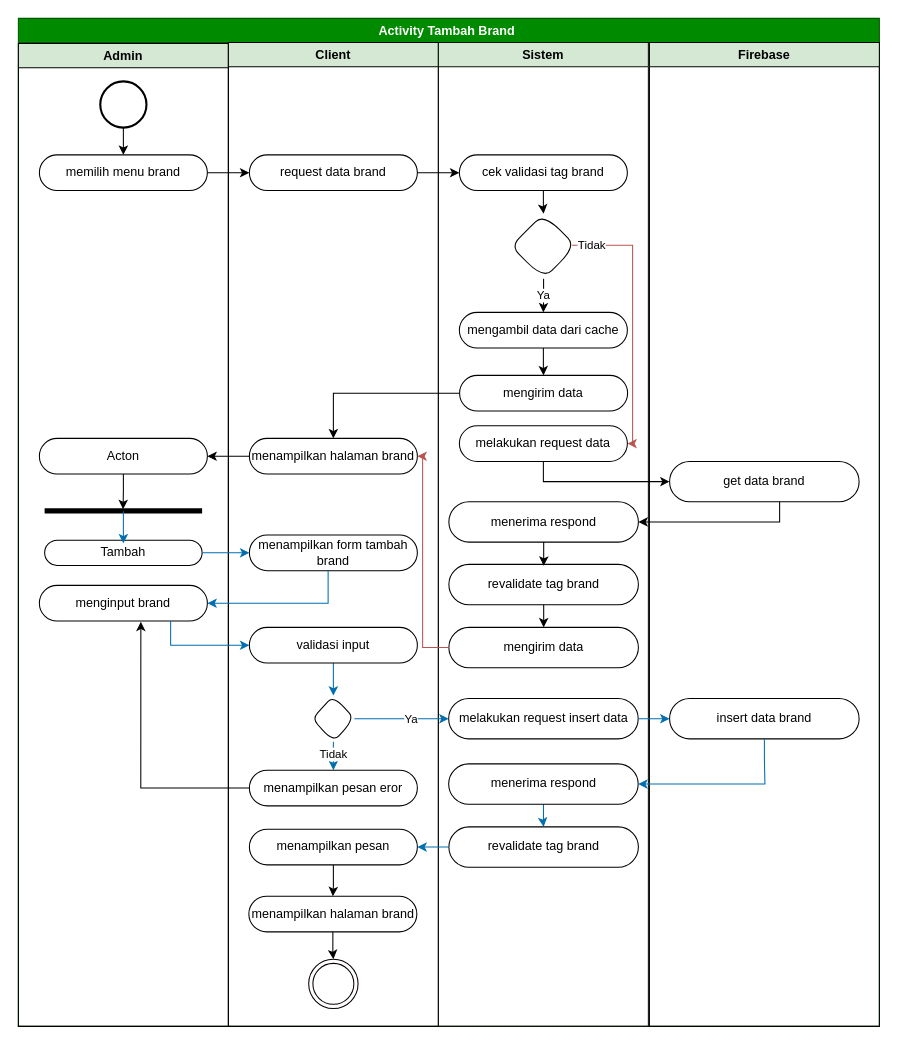
This is page "tambah activity kelola brand" (20 of 43) of skrpsian.drawio from ThikerXCX/umltoko, a draw.io file, before an edit. Source tidied: cells renumbered, new cells numbered last; positions are measured from the earlier drawing's top-left corner, leaving out a move shared by most shapes. Both pictures are drawn from the tidied source at 105%, with x=0, y=0 at pixel (18, 18).
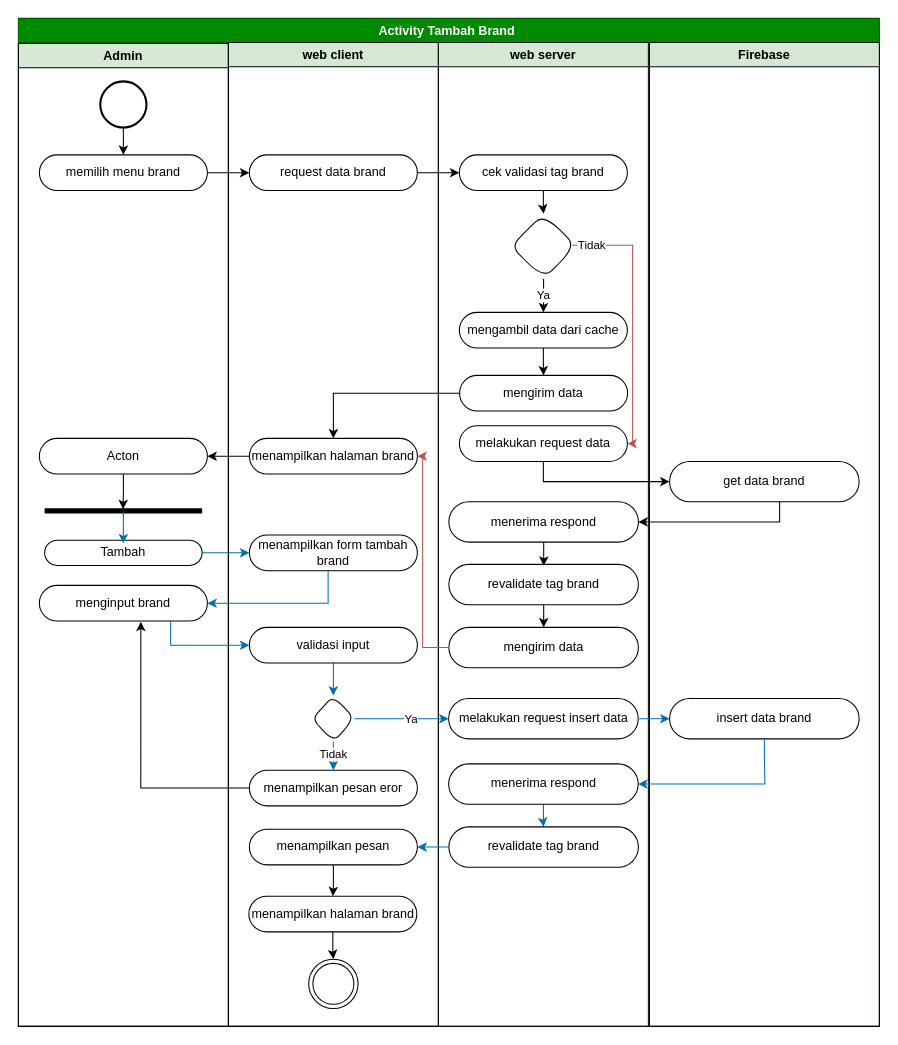
The same page after the edit.

Unchanged cells that the change refers to:
```xml
<mxCell id="2" value="Activity Tambah Brand&amp;nbsp;" style="swimlane;whiteSpace=wrap;html=1;fillColor=#008a00;strokeColor=#005700;fontColor=#ffffff;" parent="1" vertex="1">
  <mxGeometry width="820" height="960" as="geometry" />
</mxCell>
```

Diff of the diagram source:
```diff
@@
-    <mxCell id="13" value="Client" style="swimlane;whiteSpace=wrap;html=1;fillColor=#d5e8d4;startSize=23;strokeColor=#000000;" parent="2" vertex="1">
+    <mxCell id="13" value="web client" style="swimlane;whiteSpace=wrap;html=1;fillColor=#d5e8d4;startSize=23;strokeColor=#000000;" parent="2" vertex="1">
       <mxGeometry x="200" y="23" width="200" height="937" as="geometry" />
     </mxCell>
@@
-    <mxCell id="38" value="Sistem" style="swimlane;whiteSpace=wrap;html=1;fillColor=#d5e8d4;startSize=23;strokeColor=#0D120A;" parent="2" vertex="1">
+    <mxCell id="38" value="web server" style="swimlane;whiteSpace=wrap;html=1;fillColor=#d5e8d4;startSize=23;strokeColor=#0D120A;" parent="2" vertex="1">
       <mxGeometry x="400" y="23" width="200" height="937" as="geometry" />
     </mxCell>
```
